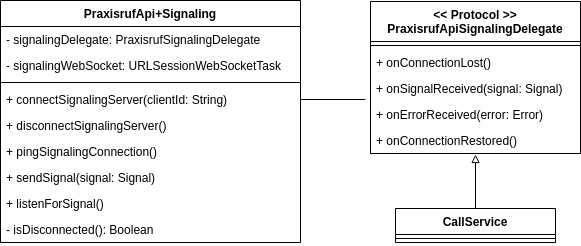
Earlier version of the draw.io export src/graphics/diagramms/Class_Mobile_Client_Signaling_Connection.png (jsvilling/IP6_Bachelorarbeit_Bericht_Cloudbasiertes_Praxisrufsystem). Source tidied: cells renumbered, new cells last; positions are measured from the earlier drawing's top-left corner, leaving out a move shared by most shapes.
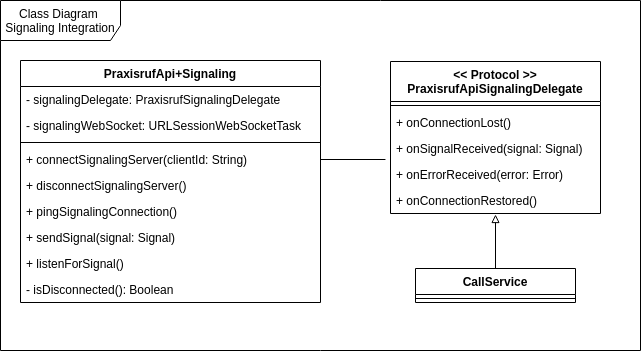
After the commit.

Commit message:
Add diagram Frames for UML

Change to the diagram source:
```diff
@@ -62,5 +62,8 @@
     <mxCell id="21" style="edgeStyle=orthogonalEdgeStyle;rounded=0;jettySize=auto;html=1;exitX=1;exitY=0.5;exitDx=0;exitDy=0;entryX=-0.024;entryY=0.923;entryDx=0;entryDy=0;entryPerimeter=0;endArrow=none;endFill=0;" parent="1" edge="1" source="6" target="15">
       <mxGeometry relative="1" as="geometry" />
     </mxCell>
+    <mxCell id="22" value="Class Diagram&amp;nbsp;&lt;br&gt;Signaling Integration" style="shape=umlFrame;whiteSpace=wrap;html=1;width=120;height=40;" parent="1" vertex="1">
+      <mxGeometry x="-20" y="-60" width="640" height="350" as="geometry" />
+    </mxCell>
   </root>
 </mxGraphModel>
```
